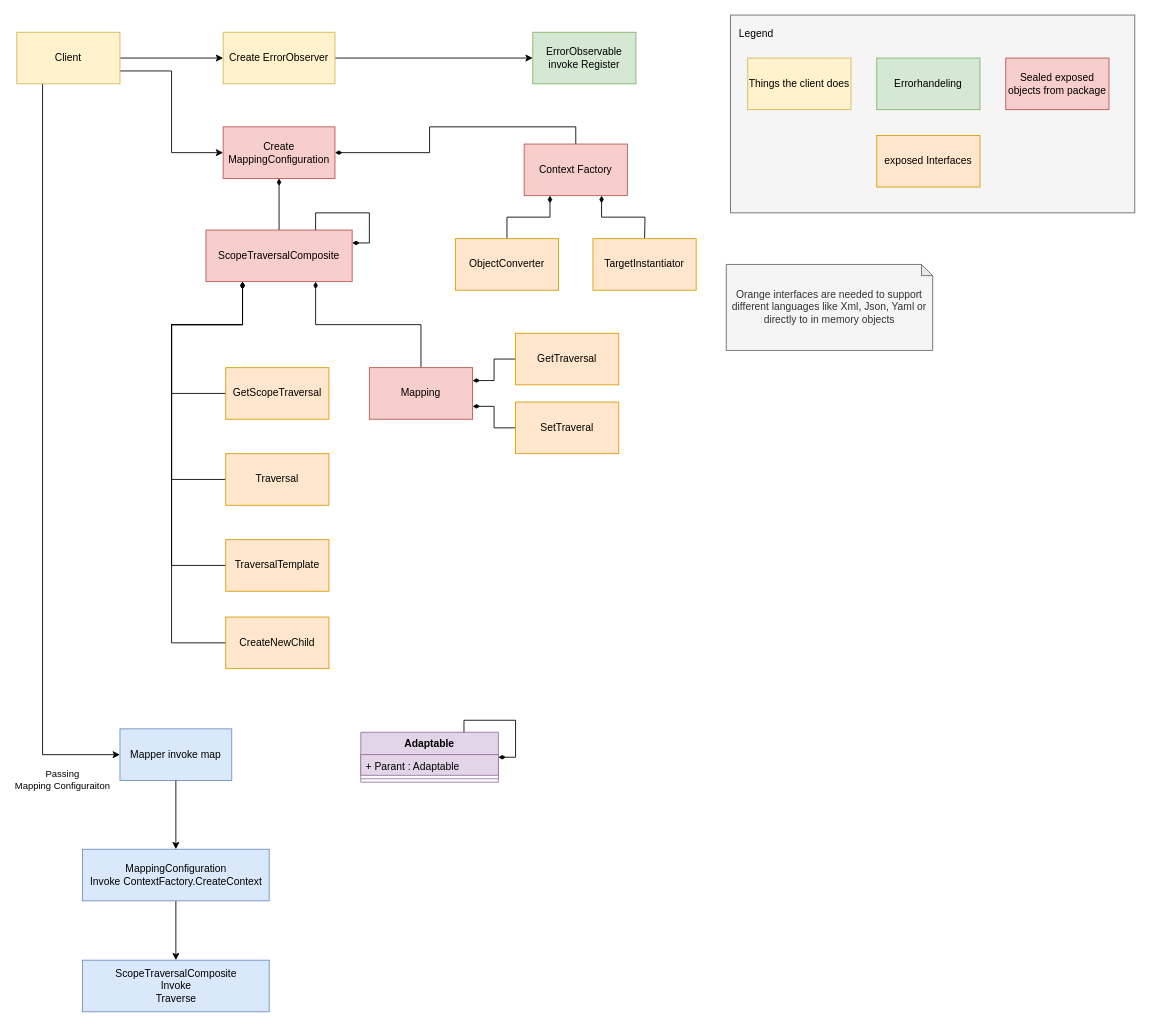
This is Mapping.drawio from DaveyvanTilburg/AdaptableMapper, a draw.io file, before an edit. Source tidied: cells renumbered, new cells numbered last; positions are measured from the earlier drawing's top-left corner, leaving out a move shared by most shapes. Both pictures are drawn from the tidied source at 86%, with x=0, y=0 at pixel (16, 15).
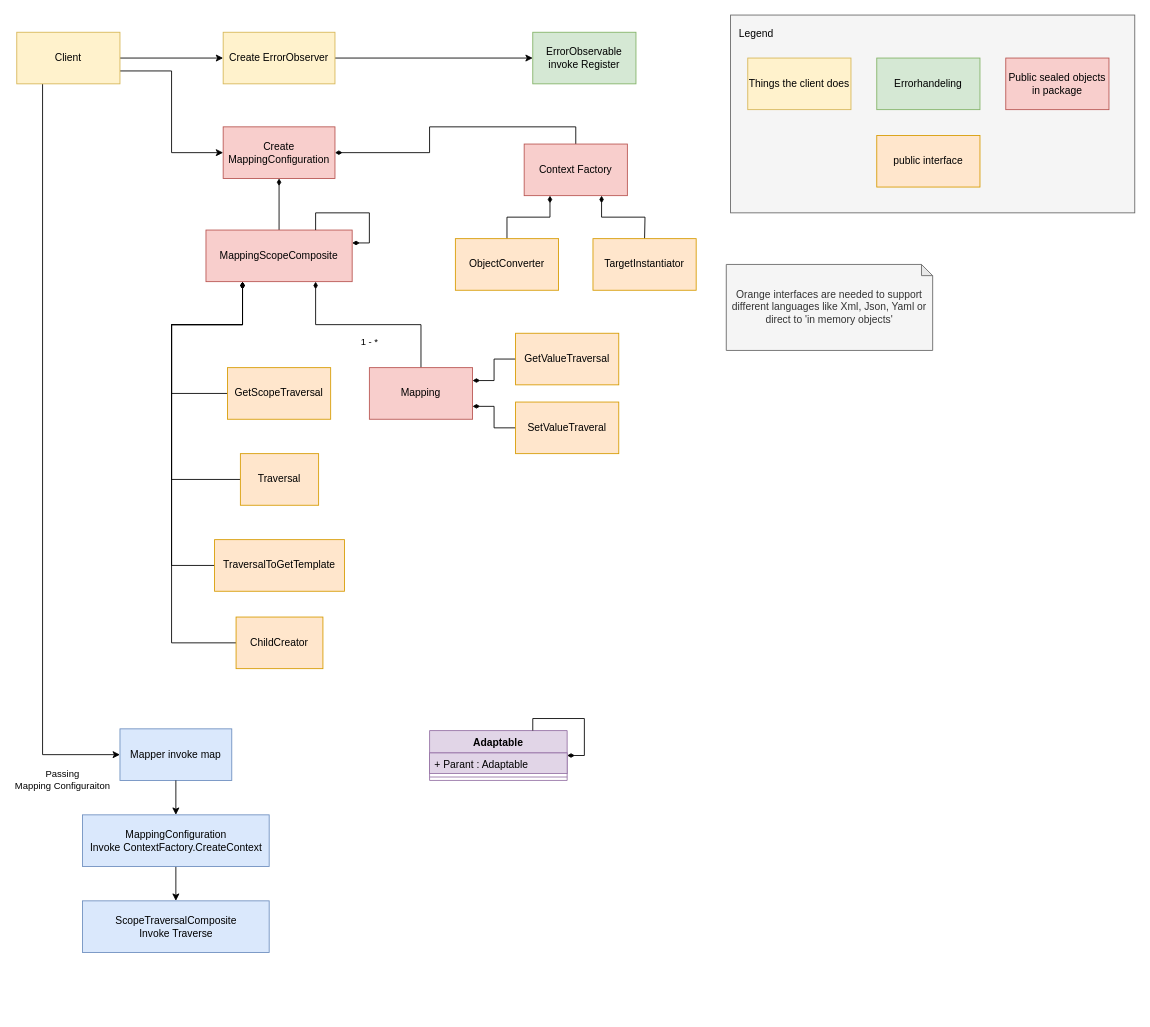
The same diagram, later.

Unchanged cells that the change refers to:
```xml
<mxCell id="27" value="Mapping" style="rounded=0;whiteSpace=wrap;html=1;fillColor=#f8cecc;strokeColor=#b85450;" parent="1" vertex="1">
  <mxGeometry x="410" y="410" width="120" height="60" as="geometry" />
</mxCell>
```

Change to the diagram source:
```diff
@@
-    <mxCell id="16" style="edgeStyle=orthogonalEdgeStyle;rounded=0;jettySize=auto;html=1;exitX=0.75;exitY=1;exitDx=0;exitDy=0;startArrow=diamondThin;startFill=1;endArrow=none;endFill=0;" parent="1" edge="1" source="21" target="27">
-      <mxGeometry relative="1" as="geometry" />
+    <mxCell id="16" value="1 - *" style="edgeStyle=orthogonalEdgeStyle;rounded=0;jettySize=auto;html=1;exitX=0.75;exitY=1;exitDx=0;exitDy=0;startArrow=diamondThin;startFill=1;endArrow=none;endFill=0;" parent="1" edge="1" source="21" target="27">
+      <mxGeometry x="0.01" y="-20" relative="1" as="geometry" />
     </mxCell>
@@
-    <mxCell id="21" value="ScopeTraversalComposite" style="rounded=0;whiteSpace=wrap;html=1;fillColor=#f8cecc;strokeColor=#b85450;" parent="1" vertex="1">
+    <mxCell id="21" value="MappingScopeComposite" style="rounded=0;whiteSpace=wrap;html=1;fillColor=#f8cecc;strokeColor=#b85450;" parent="1" vertex="1">
       <mxGeometry x="220" y="250" width="170" height="60" as="geometry" />
     </mxCell>
@@
-    <mxCell id="28" value="GetTraversal" style="rounded=0;whiteSpace=wrap;html=1;fillColor=#ffe6cc;strokeColor=#d79b00;" parent="1" vertex="1">
+    <mxCell id="28" value="GetValueTraversal" style="rounded=0;whiteSpace=wrap;html=1;fillColor=#ffe6cc;strokeColor=#d79b00;" parent="1" vertex="1">
       <mxGeometry x="580" y="370" width="120" height="60" as="geometry" />
     </mxCell>
-    <mxCell id="29" value="SetTraveral" style="rounded=0;whiteSpace=wrap;html=1;fillColor=#ffe6cc;strokeColor=#d79b00;" parent="1" vertex="1">
+    <mxCell id="29" value="SetValueTraveral" style="rounded=0;whiteSpace=wrap;html=1;fillColor=#ffe6cc;strokeColor=#d79b00;" parent="1" vertex="1">
       <mxGeometry x="580" y="450" width="120" height="60" as="geometry" />
     </mxCell>
     <mxCell id="30" value="GetScopeTraversal" style="rounded=0;whiteSpace=wrap;html=1;fillColor=#ffe6cc;strokeColor=#d79b00;" parent="1" vertex="1">
-      <mxGeometry x="243" y="410" width="120" height="60" as="geometry" />
+      <mxGeometry x="245" y="410" width="120" height="60" as="geometry" />
     </mxCell>
     <mxCell id="31" value="Traversal" style="rounded=0;whiteSpace=wrap;html=1;fillColor=#ffe6cc;strokeColor=#d79b00;" parent="1" vertex="1">
-      <mxGeometry x="243" y="510" width="120" height="60" as="geometry" />
+      <mxGeometry x="260" y="510" width="91" height="60" as="geometry" />
     </mxCell>
-    <mxCell id="32" value="TraversalTemplate" style="rounded=0;whiteSpace=wrap;html=1;fillColor=#ffe6cc;strokeColor=#d79b00;" parent="1" vertex="1">
-      <mxGeometry x="243" y="610" width="120" height="60" as="geometry" />
+    <mxCell id="32" value="TraversalToGetTemplate" style="rounded=0;whiteSpace=wrap;html=1;fillColor=#ffe6cc;strokeColor=#d79b00;" parent="1" vertex="1">
+      <mxGeometry x="230" y="610" width="151" height="60" as="geometry" />
     </mxCell>
-    <mxCell id="33" value="CreateNewChild" style="rounded=0;whiteSpace=wrap;html=1;fillColor=#ffe6cc;strokeColor=#d79b00;" parent="1" vertex="1">
-      <mxGeometry x="243" y="700" width="120" height="60" as="geometry" />
+    <mxCell id="33" value="ChildCreator" style="rounded=0;whiteSpace=wrap;html=1;fillColor=#ffe6cc;strokeColor=#d79b00;" parent="1" vertex="1">
+      <mxGeometry x="255" y="700" width="101" height="60" as="geometry" />
     </mxCell>
@@
-    <mxCell id="38" value="Sealed exposed objects from package" style="rounded=0;whiteSpace=wrap;html=1;fillColor=#f8cecc;strokeColor=#b85450;" parent="1" vertex="1">
+    <mxCell id="38" value="Public sealed objects in package" style="rounded=0;whiteSpace=wrap;html=1;fillColor=#f8cecc;strokeColor=#b85450;" parent="1" vertex="1">
       <mxGeometry x="1150" y="50" width="120" height="60" as="geometry" />
     </mxCell>
-    <mxCell id="39" value="exposed Interfaces" style="rounded=0;whiteSpace=wrap;html=1;fillColor=#ffe6cc;strokeColor=#d79b00;" parent="1" vertex="1">
+    <mxCell id="39" value="public interface" style="rounded=0;whiteSpace=wrap;html=1;fillColor=#ffe6cc;strokeColor=#d79b00;" parent="1" vertex="1">
       <mxGeometry x="1000" y="140" width="120" height="60" as="geometry" />
     </mxCell>
-    <mxCell id="40" value="Orange interfaces are needed to support different languages like Xml, Json, Yaml or directly to in memory objects" style="shape=note;whiteSpace=wrap;html=1;backgroundOutline=1;darkOpacity=0.05;size=13;fillColor=#f5f5f5;strokeColor=#666666;fontColor=#333333;" parent="1" vertex="1">
+    <mxCell id="40" value="Orange interfaces are needed to support different languages like Xml, Json, Yaml or direct to 'in memory objects'" style="shape=note;whiteSpace=wrap;html=1;backgroundOutline=1;darkOpacity=0.05;size=13;fillColor=#f5f5f5;strokeColor=#666666;fontColor=#333333;" parent="1" vertex="1">
       <mxGeometry x="825" y="290" width="240" height="100" as="geometry" />
     </mxCell>
     <mxCell id="41" value="Adaptable" style="swimlane;fontStyle=1;align=center;verticalAlign=top;horizontal=1;startSize=26;fillColor=#e1d5e7;strokeColor=#9673a6;" parent="1" vertex="1">
-      <mxGeometry x="400" y="834" width="160" height="58" as="geometry" />
+      <mxGeometry x="480" y="832" width="160" height="58" as="geometry" />
     </mxCell>
@@
     <mxCell id="44" style="edgeStyle=orthogonalEdgeStyle;rounded=0;orthogonalLoop=1;jettySize=auto;html=1;exitX=1;exitY=0.5;exitDx=0;exitDy=0;entryX=0.75;entryY=0;entryDx=0;entryDy=0;startArrow=diamondThin;startFill=1;endArrow=none;endFill=0;" parent="1" edge="1" source="41" target="41">
       <mxGeometry relative="1" as="geometry">
         <Array as="points">
-          <mxPoint x="580" y="863" />
-          <mxPoint x="580" y="820" />
-          <mxPoint x="520" y="820" />
+          <mxPoint x="660" y="861" />
+          <mxPoint x="660" y="818" />
+          <mxPoint x="600" y="818" />
         </Array>
       </mxGeometry>
     </mxCell>
@@
     <mxCell id="46" value="MappingConfiguration&lt;br&gt;Invoke ContextFactory.CreateContext" style="html=1;fillColor=#dae8fc;strokeColor=#6c8ebf;" parent="1" vertex="1">
-      <mxGeometry x="76.5" y="970" width="217" height="60" as="geometry" />
+      <mxGeometry x="76.5" y="930" width="217" height="60" as="geometry" />
     </mxCell>
@@
-    <mxCell id="48" value="&lt;span style=&quot;white-space: normal&quot;&gt;ScopeTraversalComposite Invoke &lt;br&gt;Traverse&lt;/span&gt;" style="html=1;fillColor=#dae8fc;strokeColor=#6c8ebf;" parent="1" vertex="1">
-      <mxGeometry x="76.5" y="1099" width="217" height="60" as="geometry" />
+    <mxCell id="48" value="&lt;span style=&quot;white-space: normal&quot;&gt;ScopeTraversalComposite &lt;br&gt;Invoke Traverse&lt;/span&gt;" style="html=1;fillColor=#dae8fc;strokeColor=#6c8ebf;" parent="1" vertex="1">
+      <mxGeometry x="76.5" y="1030" width="217" height="60" as="geometry" />
     </mxCell>
```
